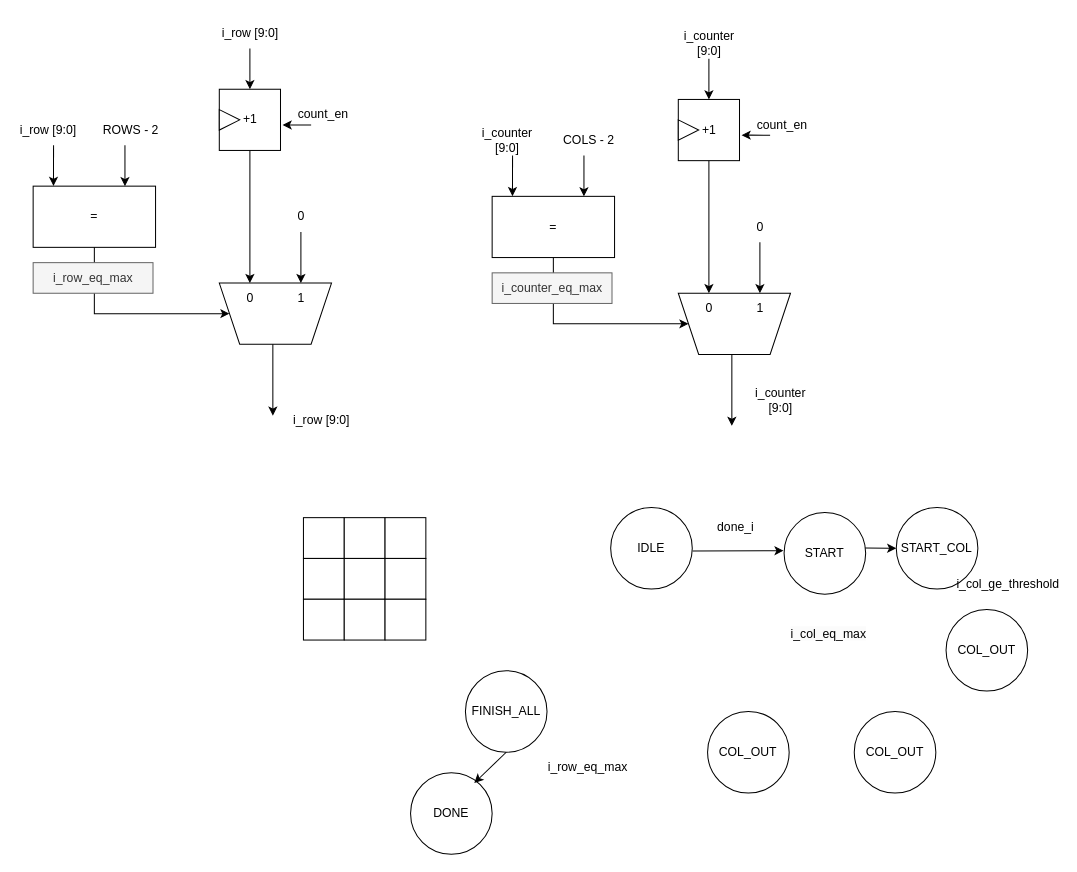
The draw.io diagram draw/PreparationModules/Window_buffer_3x3.drawio in Hieuueihm/Thesis, before the edit. Source tidied: cells renumbered, new cells numbered last; positions are measured from the earlier drawing's top-left corner, leaving out a move shared by most shapes. Both pictures are drawn from the tidied source at 102%, with x=0, y=0 at pixel (17, 17).
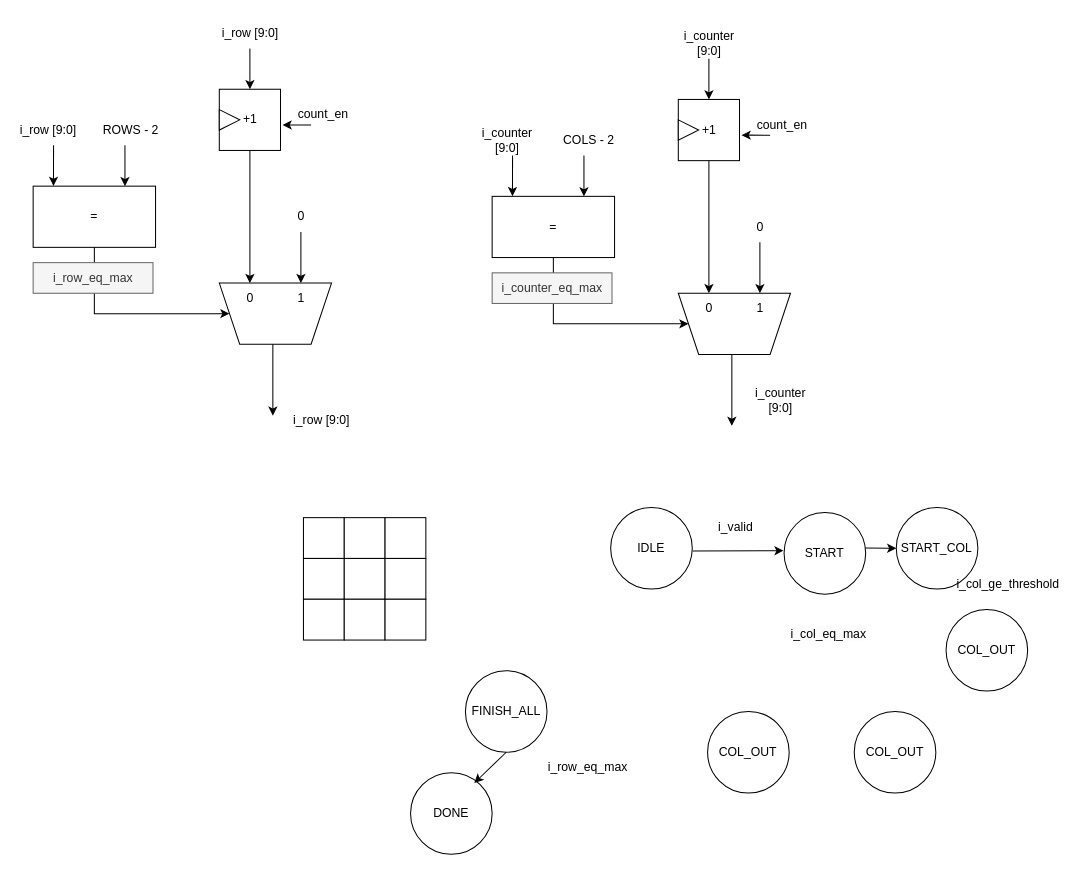
Above is the later version.

Change to the diagram source:
```diff
@@
-    <mxCell id="56" value="done_i" style="text;html=1;align=center;verticalAlign=middle;whiteSpace=wrap;rounded=0;" parent="1" vertex="1">
+    <mxCell id="56" value="i_valid" style="text;html=1;align=center;verticalAlign=middle;whiteSpace=wrap;rounded=0;" parent="1" vertex="1">
       <mxGeometry x="655" y="485" width="97.5" height="30" as="geometry" />
     </mxCell>
```
